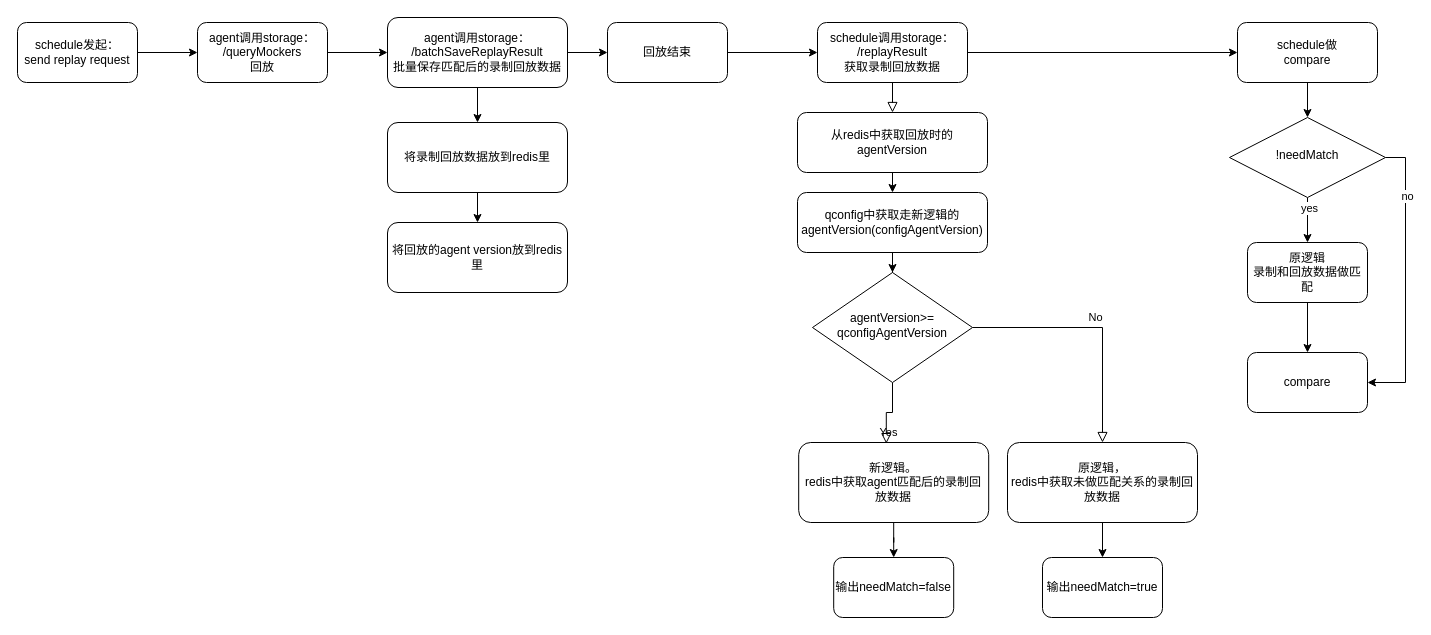
This is arex-storage-web-api/未命名绘图.drawio from pangdayuan1/arex-storage, a draw.io file, before an edit. Source tidied: cells renumbered, new cells numbered last; positions are measured from the earlier drawing's top-left corner, leaving out a move shared by most shapes. Both pictures are drawn from the tidied source at 100%, with x=0, y=0 at pixel (17, 17).
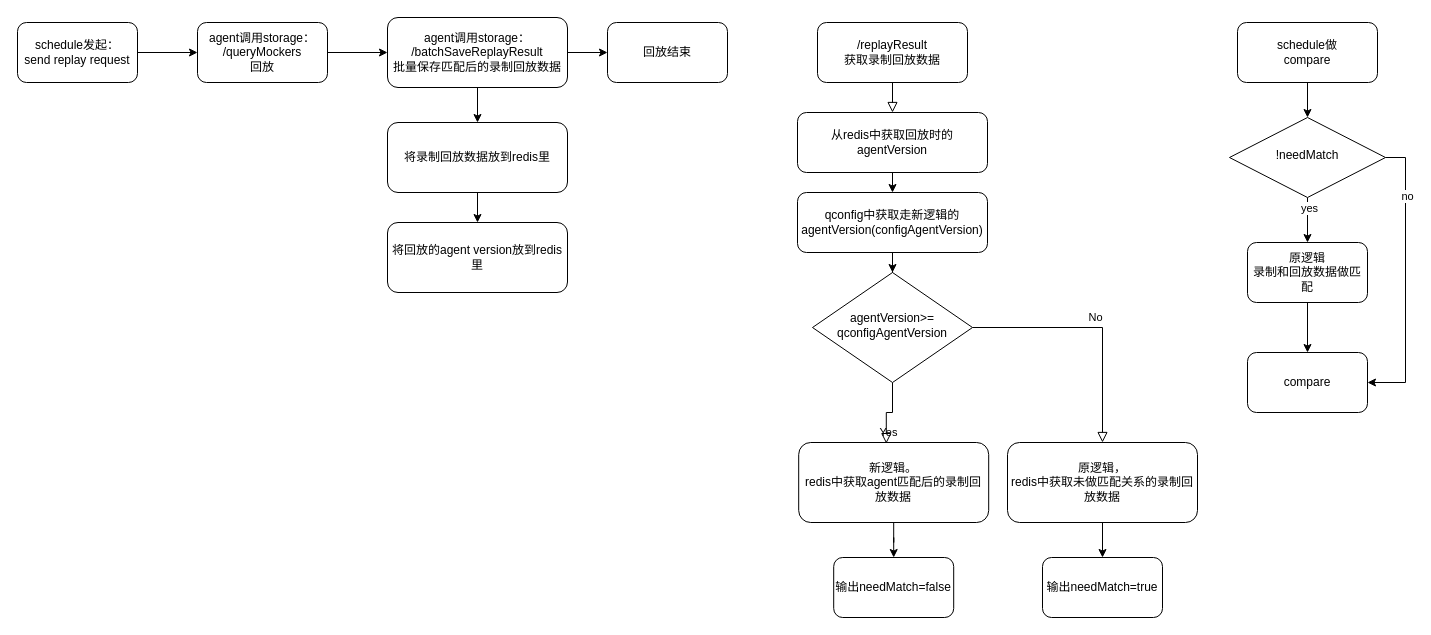
Above is the later version.

Commit message:
更新未命名绘图.drawio

Unchanged cells that the change refers to:
```xml
<mxCell id="27" value="回放结束" style="rounded=1;whiteSpace=wrap;html=1;" parent="1" vertex="1">
  <mxGeometry x="590" y="5" width="120" height="60" as="geometry" />
</mxCell>
<mxCell id="29" value="schedule做&lt;br&gt;compare" style="rounded=1;whiteSpace=wrap;html=1;" parent="1" vertex="1">
  <mxGeometry x="1220" y="5" width="140" height="60" as="geometry" />
</mxCell>
```

Diff of the diagram source:
```diff
@@
-    <mxCell id="3" style="edgeStyle=orthogonalEdgeStyle;rounded=0;jettySize=auto;html=1;exitX=1;exitY=0.5;exitDx=0;exitDy=0;" parent="1" edge="1" source="4" target="29">
-      <mxGeometry relative="1" as="geometry" />
-    </mxCell>
-    <mxCell id="4" value="schedule调用storage：&lt;br&gt;/replayResult&lt;br&gt;获取录制回放数据" style="rounded=1;whiteSpace=wrap;html=1;fontSize=12;glass=0;strokeWidth=1;shadow=0;" parent="1" vertex="1">
+    <mxCell id="4" value="/replayResult&lt;br&gt;获取录制回放数据" style="rounded=1;whiteSpace=wrap;html=1;fontSize=12;glass=0;strokeWidth=1;shadow=0;" parent="1" vertex="1">
       <mxGeometry x="800" y="5" width="150" height="60" as="geometry" />
     </mxCell>
@@
-    <mxCell id="26" style="edgeStyle=orthogonalEdgeStyle;rounded=0;jettySize=auto;html=1;" parent="1" edge="1" source="27" target="4">
-      <mxGeometry relative="1" as="geometry" />
-    </mxCell>
```
